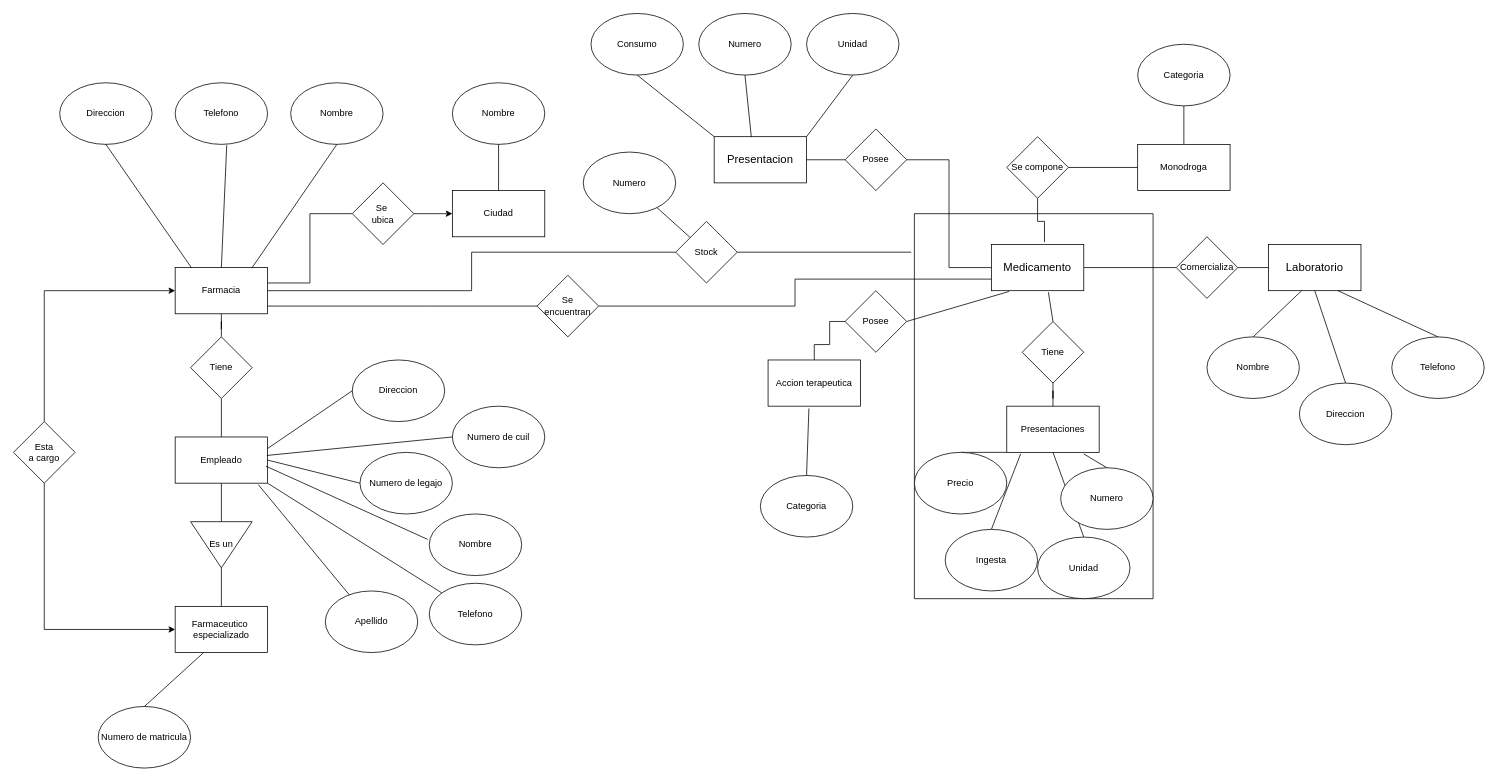
MartinAgnello/Bdd keeps this draw.io diagram as Practica/Ej 6.drawio. Above is the earlier version. Source tidied: cells renumbered, new cells numbered last; positions are measured from the earlier drawing's top-left corner, leaving out a move shared by most shapes. Both pictures are drawn from the tidied source at 77%, with x=0, y=0 at pixel (13, 13).
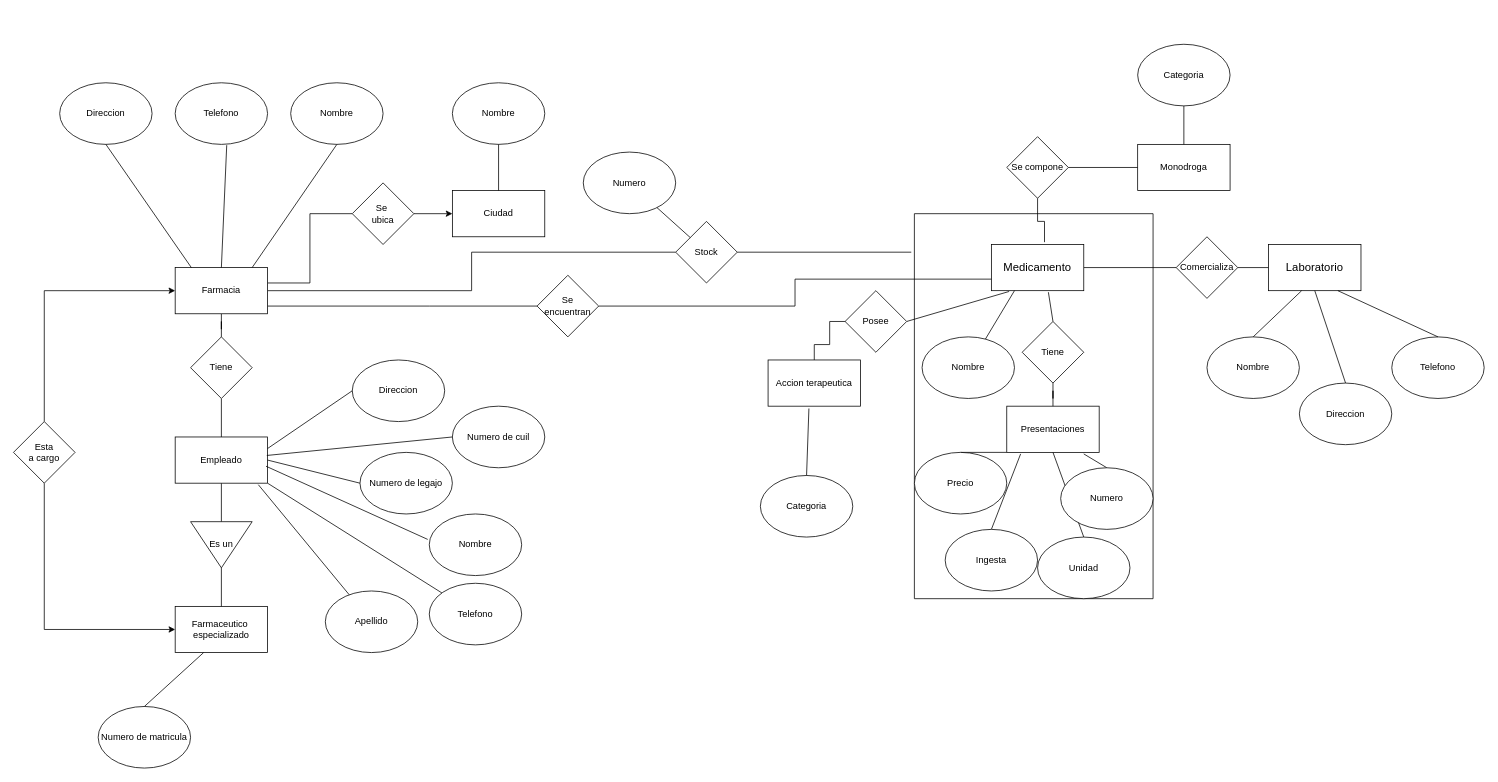
The same diagram, later.

Unchanged cells that the change refers to:
```xml
<mxCell id="35" value="&lt;span style=&quot;font-size:11.0pt;line-height:107%;&lt;br/&gt;font-family:&amp;quot;Calibri&amp;quot;,sans-serif;mso-ascii-theme-font:minor-latin;mso-fareast-font-family:&lt;br/&gt;Calibri;mso-fareast-theme-font:minor-latin;mso-hansi-theme-font:minor-latin;&lt;br/&gt;mso-bidi-font-family:&amp;quot;Times New Roman&amp;quot;;mso-bidi-theme-font:minor-bidi;&lt;br/&gt;mso-ansi-language:ES-AR;mso-fareast-language:EN-US;mso-bidi-language:AR-SA&quot;&gt;Medicamento&lt;/span&gt;" style="rounded=0;whiteSpace=wrap;html=1;" parent="1" vertex="1">
  <mxGeometry x="1270" y="300" width="120" height="60" as="geometry" />
</mxCell>
<mxCell id="83" style="swimlane;startSize=0;" parent="1" vertex="1">
  <mxGeometry x="1170" y="260" width="310" height="500" as="geometry" />
</mxCell>
```

Diff of the diagram source:
```diff
@@
-    <mxCell id="58" value="&lt;span style=&quot;font-size: 14.6667px;&quot;&gt;Presentacion&lt;/span&gt;" style="rounded=0;whiteSpace=wrap;html=1;" parent="1" vertex="1">
-      <mxGeometry x="910" y="160" width="120" height="60" as="geometry" />
-    </mxCell>
-    <mxCell id="59" value="Numero" style="ellipse;whiteSpace=wrap;html=1;" parent="1" vertex="1">
-      <mxGeometry x="890" width="120" height="80" as="geometry" />
-    </mxCell>
-    <mxCell id="60" value="Unidad" style="ellipse;whiteSpace=wrap;html=1;" parent="1" vertex="1">
-      <mxGeometry x="1030" width="120" height="80" as="geometry" />
-    </mxCell>
-    <mxCell id="61" value="Consumo" style="ellipse;whiteSpace=wrap;html=1;" parent="1" vertex="1">
-      <mxGeometry x="750" width="120" height="80" as="geometry" />
-    </mxCell>
-    <mxCell id="62" style="edgeStyle=orthogonalEdgeStyle;rounded=0;jettySize=auto;html=1;entryX=0;entryY=0.5;entryDx=0;entryDy=0;endArrow=none;endFill=0;" parent="1" edge="1" source="64" target="35">
-      <mxGeometry relative="1" as="geometry" />
-    </mxCell>
-    <mxCell id="63" style="edgeStyle=orthogonalEdgeStyle;rounded=0;jettySize=auto;html=1;entryX=1;entryY=0.5;entryDx=0;entryDy=0;endArrow=none;endFill=0;" parent="1" edge="1" source="64" target="58">
-      <mxGeometry relative="1" as="geometry" />
-    </mxCell>
-    <mxCell id="64" value="Posee" style="rhombus;whiteSpace=wrap;html=1;" parent="1" vertex="1">
-      <mxGeometry x="1080" y="150" width="80" height="80" as="geometry" />
-    </mxCell>
-    <mxCell id="65" style="endArrow=none;html=1;rounded=0;entryX=0;entryY=0;entryDx=0;entryDy=0;exitX=0.5;exitY=1;exitDx=0;exitDy=0;" parent="1" edge="1" source="61" target="58">
-      <mxGeometry relative="1" as="geometry" />
-    </mxCell>
-    <mxCell id="66" style="endArrow=none;html=1;rounded=0;entryX=0.402;entryY=0.009;entryDx=0;entryDy=0;exitX=0.5;exitY=1;exitDx=0;exitDy=0;entryPerimeter=0;" parent="1" edge="1" source="59" target="58">
-      <mxGeometry relative="1" as="geometry" />
-    </mxCell>
-    <mxCell id="67" style="endArrow=none;html=1;rounded=0;entryX=1;entryY=0;entryDx=0;entryDy=0;exitX=0.5;exitY=1;exitDx=0;exitDy=0;" parent="1" edge="1" source="60" target="58">
-      <mxGeometry relative="1" as="geometry" />
-    </mxCell>
@@
+    <mxCell id="94" value="Nombre" style="ellipse;whiteSpace=wrap;html=1;" parent="83" vertex="1">
+      <mxGeometry x="10" y="160" width="120" height="80" as="geometry" />
+    </mxCell>
@@
+    <mxCell id="95" style="endArrow=none;html=1;rounded=0;entryX=0.25;entryY=1;entryDx=0;entryDy=0;" parent="1" edge="1" source="94" target="35">
+      <mxGeometry relative="1" as="geometry" />
+    </mxCell>
```
